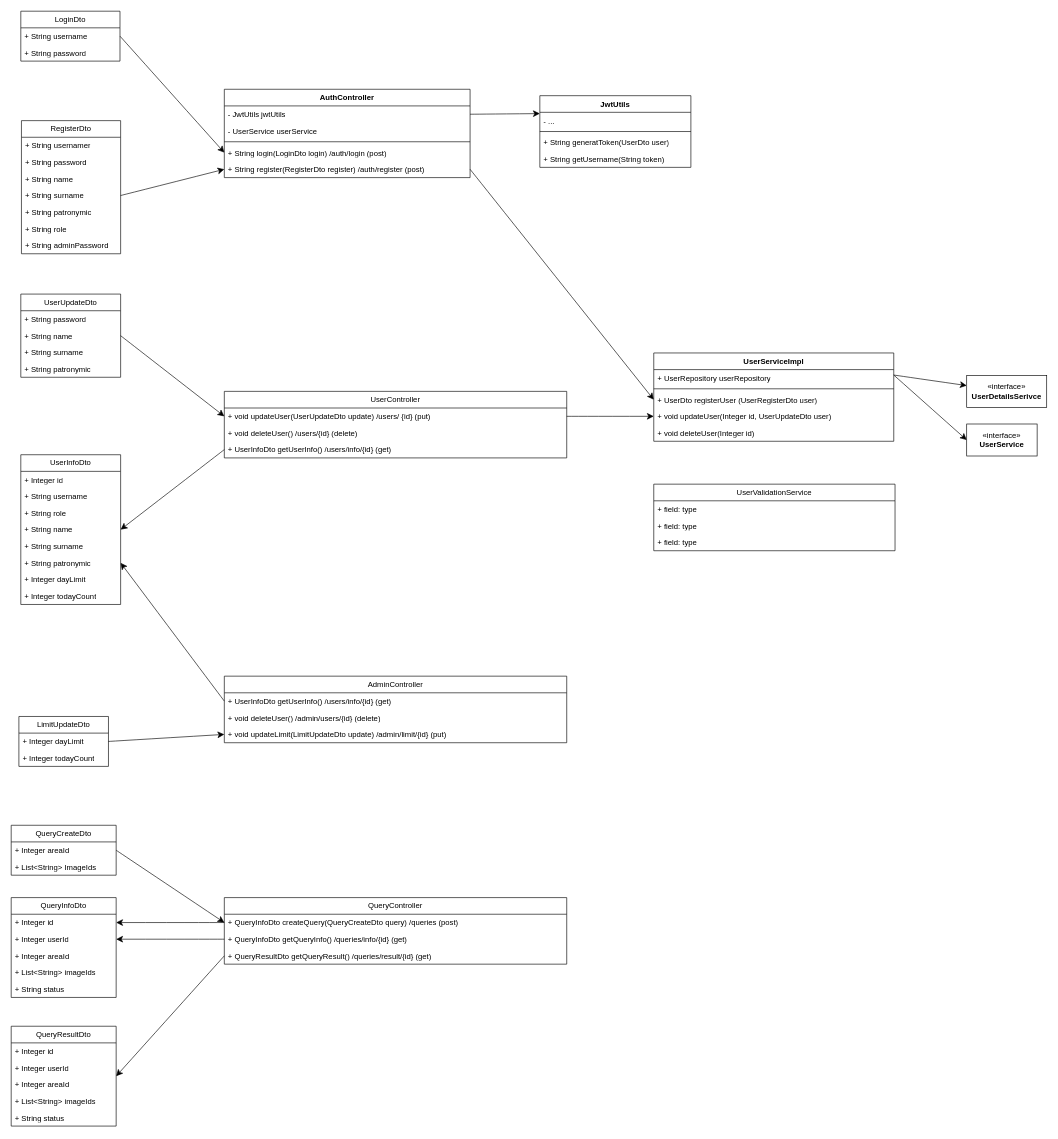
48-iq/drawIo keeps this draw.io diagram as page "GateWay" (2 of 4) of projects/accelerator-prototype.drawio. Above is the earlier version. Source tidied: cells renumbered, new cells numbered last; positions are measured from the earlier drawing's top-left corner, leaving out a move shared by most shapes. Both pictures are drawn from the tidied source at 64%, with x=0, y=0 at pixel (11, 11).
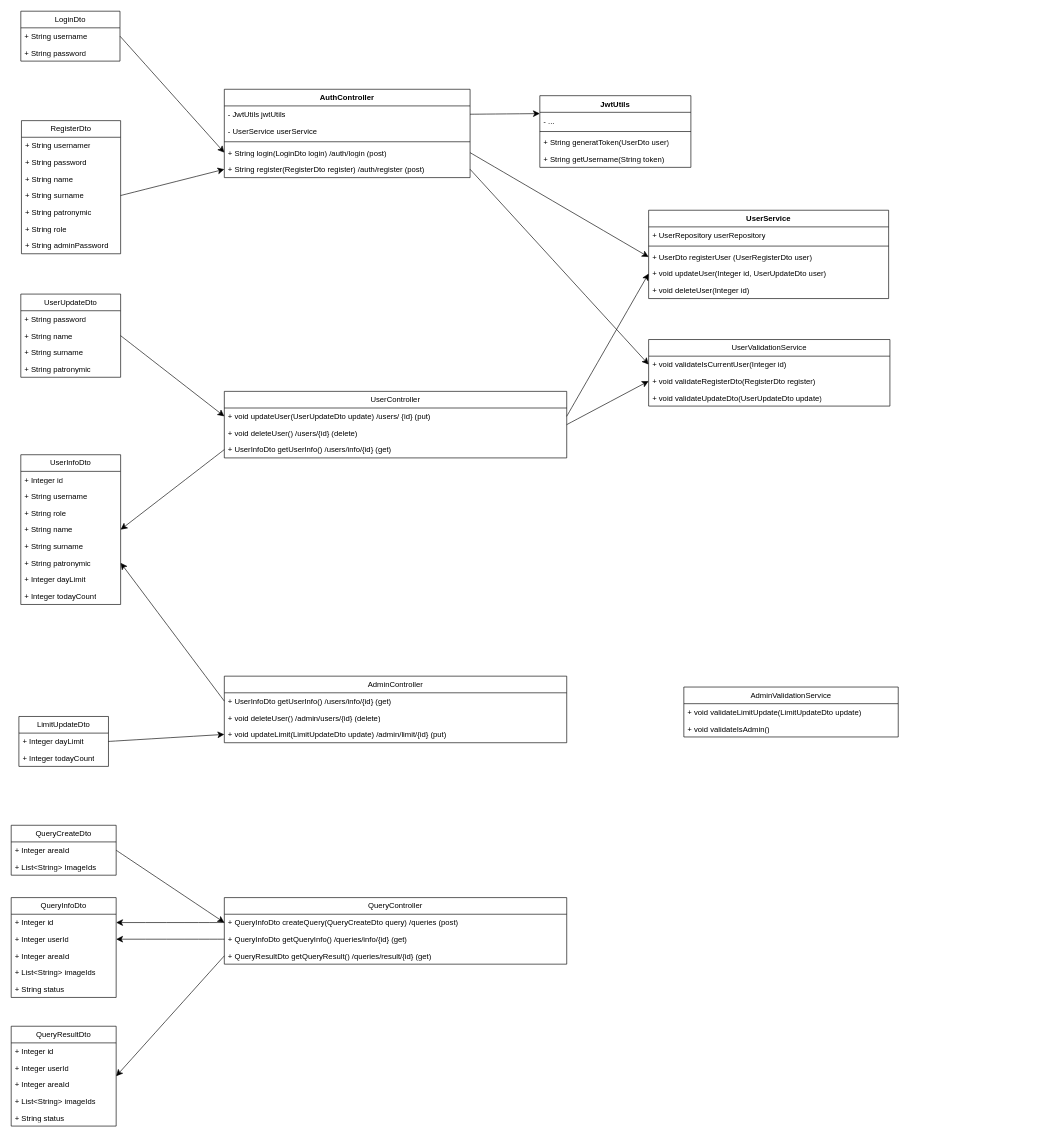
Above is the later version.

The change refers to these unchanged cells:
```xml
<mxCell id="13" value="UserController" style="swimlane;fontStyle=0;horizontal=1;startSize=26;fillColor=none;whiteSpace=wrap;html=1;" parent="1" vertex="1">
  <mxGeometry x="333" y="594" width="535" height="104" as="geometry" />
</mxCell>
<mxCell id="71" value="+ String login(LoginDto login) /auth/login (post)" style="text;strokeColor=none;fillColor=none;align=left;verticalAlign=top;spacingLeft=4;spacingRight=4;overflow=hidden;points=[[0,0.5],[1,0.5]];portConstraint=eastwest;whiteSpace=wrap;html=1;" parent="67" vertex="1">
  <mxGeometry y="86" width="384" height="26" as="geometry" />
</mxCell>
<mxCell id="72" value="+ String register(RegisterDto register) /auth/register (post)" style="text;strokeColor=none;fillColor=none;align=left;verticalAlign=top;spacingLeft=4;spacingRight=4;overflow=hidden;points=[[0,0.5],[1,0.5]];portConstraint=eastwest;whiteSpace=wrap;html=1;" parent="67" vertex="1">
  <mxGeometry y="112" width="384" height="26" as="geometry" />
</mxCell>
<mxCell id="84" value="+ UserDto registerUser (UserRegisterDto user) " style="text;strokeColor=none;fillColor=none;align=left;verticalAlign=top;spacingLeft=4;spacingRight=4;overflow=hidden;points=[[0,0.5],[1,0.5]];portConstraint=eastwest;whiteSpace=wrap;html=1;" parent="81" vertex="1">
  <mxGeometry y="60" width="375" height="26" as="geometry" />
</mxCell>
```

The edit, as a diff of the source:
```diff
@@
+    <mxCell id="95" style="edgeStyle=none;curved=1;rounded=0;jettySize=auto;html=1;exitX=1;exitY=0.5;exitDx=0;exitDy=0;entryX=0;entryY=0.5;entryDx=0;entryDy=0;fontSize=12;startSize=8;endSize=8;" parent="1" edge="1" source="13" target="93">
+      <mxGeometry relative="1" as="geometry" />
+    </mxCell>
@@
-    <mxCell id="79" style="edgeStyle=none;curved=1;rounded=0;jettySize=auto;html=1;exitX=1;exitY=0.25;exitDx=0;exitDy=0;entryX=0;entryY=0.5;entryDx=0;entryDy=0;fontSize=12;startSize=8;endSize=8;" parent="1" edge="1" source="81" target="88">
-      <mxGeometry relative="1" as="geometry" />
-    </mxCell>
-    <mxCell id="80" style="edgeStyle=none;curved=1;rounded=0;jettySize=auto;html=1;exitX=1;exitY=0.25;exitDx=0;exitDy=0;fontSize=12;startSize=8;endSize=8;" parent="1" edge="1" source="81" target="89">
-      <mxGeometry relative="1" as="geometry" />
-    </mxCell>
-    <mxCell id="81" value="UserServiceImpl " style="swimlane;fontStyle=1;align=center;verticalAlign=top;horizontal=1;startSize=26;whiteSpace=wrap;html=1;" parent="1" vertex="1">
-      <mxGeometry x="1004" y="534" width="375" height="138" as="geometry" />
+    <mxCell id="81" value="UserService " style="swimlane;fontStyle=1;align=center;verticalAlign=top;horizontal=1;startSize=26;whiteSpace=wrap;html=1;" parent="1" vertex="1">
+      <mxGeometry x="996" y="311" width="375" height="138" as="geometry" />
     </mxCell>
@@
-    <mxCell id="87" style="edgeStyle=none;curved=1;rounded=0;jettySize=auto;html=1;exitX=1;exitY=0.5;exitDx=0;exitDy=0;entryX=0;entryY=0.5;entryDx=0;entryDy=0;fontSize=12;startSize=8;endSize=8;" parent="1" edge="1" source="72" target="84">
+    <mxCell id="87" style="edgeStyle=none;curved=1;rounded=0;jettySize=auto;html=1;exitX=1;exitY=0.5;exitDx=0;exitDy=0;entryX=0;entryY=0.5;entryDx=0;entryDy=0;fontSize=12;startSize=8;endSize=8;" parent="1" edge="1" source="71" target="84">
       <mxGeometry relative="1" as="geometry" />
     </mxCell>
-    <mxCell id="88" value="«interface»&lt;br&gt;&lt;b&gt;UserService&lt;/b&gt;" style="html=1;whiteSpace=wrap;" parent="1" vertex="1">
-      <mxGeometry x="1493" y="645" width="110" height="50" as="geometry" />
-    </mxCell>
-    <mxCell id="89" value="«interface»&lt;br&gt;&lt;b&gt;UserDetailsSerivce&lt;/b&gt;" style="html=1;whiteSpace=wrap;" parent="1" vertex="1">
-      <mxGeometry x="1493" y="569" width="125" height="50" as="geometry" />
-    </mxCell>
@@
     <mxCell id="91" value="UserValidationService" style="swimlane;fontStyle=0;horizontal=1;startSize=26;fillColor=none;whiteSpace=wrap;html=1;" parent="1" vertex="1">
-      <mxGeometry x="1004" y="739" width="377" height="104" as="geometry" />
+      <mxGeometry x="996" y="513" width="377" height="104" as="geometry" />
     </mxCell>
-    <mxCell id="92" value="+ field: type" style="text;strokeColor=none;fillColor=none;align=left;verticalAlign=top;spacingLeft=4;spacingRight=4;overflow=hidden;points=[[0,0.5],[1,0.5]];portConstraint=eastwest;whiteSpace=wrap;html=1;" parent="91" vertex="1">
+    <mxCell id="92" value="+ void validateIsCurrentUser(Integer id)" style="text;strokeColor=none;fillColor=none;align=left;verticalAlign=top;spacingLeft=4;spacingRight=4;overflow=hidden;points=[[0,0.5],[1,0.5]];portConstraint=eastwest;whiteSpace=wrap;html=1;" parent="91" vertex="1">
       <mxGeometry y="26" width="377" height="26" as="geometry" />
     </mxCell>
-    <mxCell id="93" value="+ field: type" style="text;strokeColor=none;fillColor=none;align=left;verticalAlign=top;spacingLeft=4;spacingRight=4;overflow=hidden;points=[[0,0.5],[1,0.5]];portConstraint=eastwest;whiteSpace=wrap;html=1;" parent="91" vertex="1">
+    <mxCell id="93" value="+ void validateRegisterDto(RegisterDto register)" style="text;strokeColor=none;fillColor=none;align=left;verticalAlign=top;spacingLeft=4;spacingRight=4;overflow=hidden;points=[[0,0.5],[1,0.5]];portConstraint=eastwest;whiteSpace=wrap;html=1;" parent="91" vertex="1">
       <mxGeometry y="52" width="377" height="26" as="geometry" />
     </mxCell>
-    <mxCell id="94" value="+ field: type" style="text;strokeColor=none;fillColor=none;align=left;verticalAlign=top;spacingLeft=4;spacingRight=4;overflow=hidden;whiteSpace=wrap;html=1;" parent="91" vertex="1">
+    <mxCell id="94" value="+ void validateUpdateDto(UserUpdateDto update)" style="text;strokeColor=none;fillColor=none;align=left;verticalAlign=top;spacingLeft=4;spacingRight=4;overflow=hidden;whiteSpace=wrap;html=1;" parent="91" vertex="1">
       <mxGeometry y="78" width="377" height="26" as="geometry" />
     </mxCell>
+    <mxCell id="96" style="edgeStyle=none;curved=1;rounded=0;jettySize=auto;html=1;exitX=1;exitY=0.5;exitDx=0;exitDy=0;entryX=0;entryY=0.5;entryDx=0;entryDy=0;fontSize=12;startSize=8;endSize=8;" parent="1" edge="1" source="72" target="92">
+      <mxGeometry relative="1" as="geometry" />
+    </mxCell>
+    <mxCell id="97" value="AdminValidationService" style="swimlane;fontStyle=0;horizontal=1;startSize=26;fillColor=none;whiteSpace=wrap;html=1;" parent="1" vertex="1">
+      <mxGeometry x="1051" y="1056" width="335" height="78" as="geometry" />
+    </mxCell>
+    <mxCell id="98" value="+ void validateLimitUpdate(LimitUpdateDto update)" style="text;strokeColor=none;fillColor=none;align=left;verticalAlign=top;spacingLeft=4;spacingRight=4;overflow=hidden;whiteSpace=wrap;html=1;" parent="97" vertex="1">
+      <mxGeometry y="26" width="335" height="26" as="geometry" />
+    </mxCell>
+    <mxCell id="99" value="+ void validateIsAdmin()" style="text;strokeColor=none;fillColor=none;align=left;verticalAlign=top;spacingLeft=4;spacingRight=4;overflow=hidden;whiteSpace=wrap;html=1;" parent="97" vertex="1">
+      <mxGeometry y="52" width="335" height="26" as="geometry" />
+    </mxCell>
```
